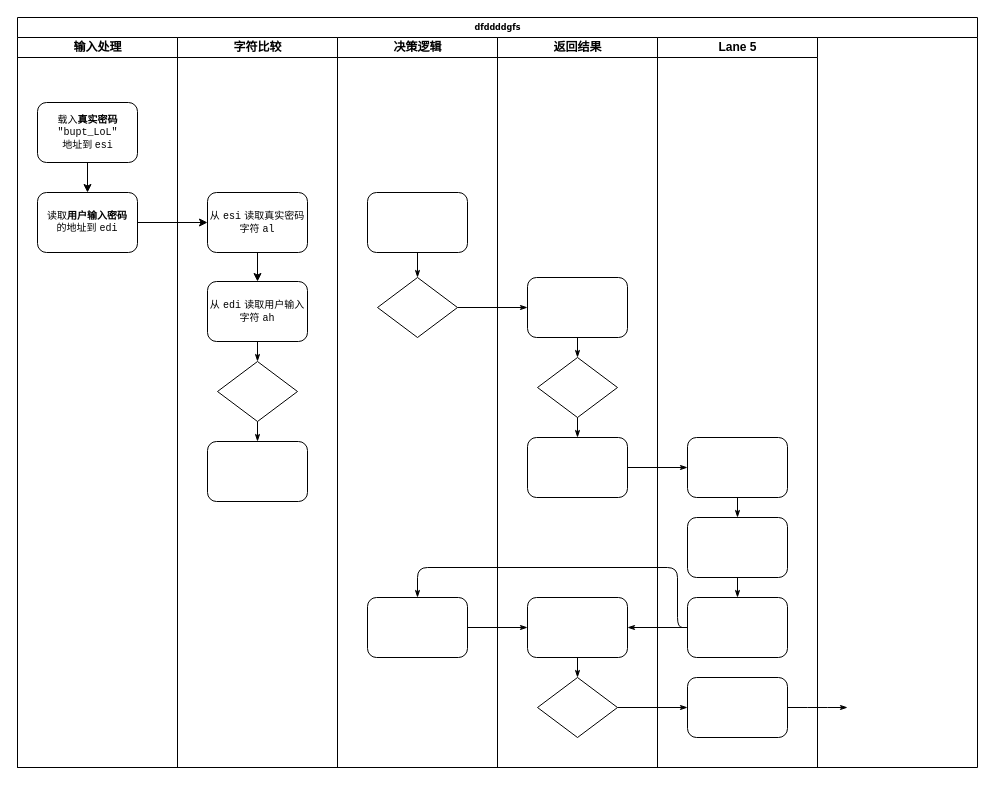
Earlier version of the draw.io diagram strcmp_Alpha.drawio (CamelliaLilium/drawio). Source tidied: cells renumbered, new cells numbered last; positions are measured from the earlier drawing's top-left corner, leaving out a move shared by most shapes. Both pictures are drawn from the tidied source at 100%, with x=0, y=0 at pixel (17, 17).
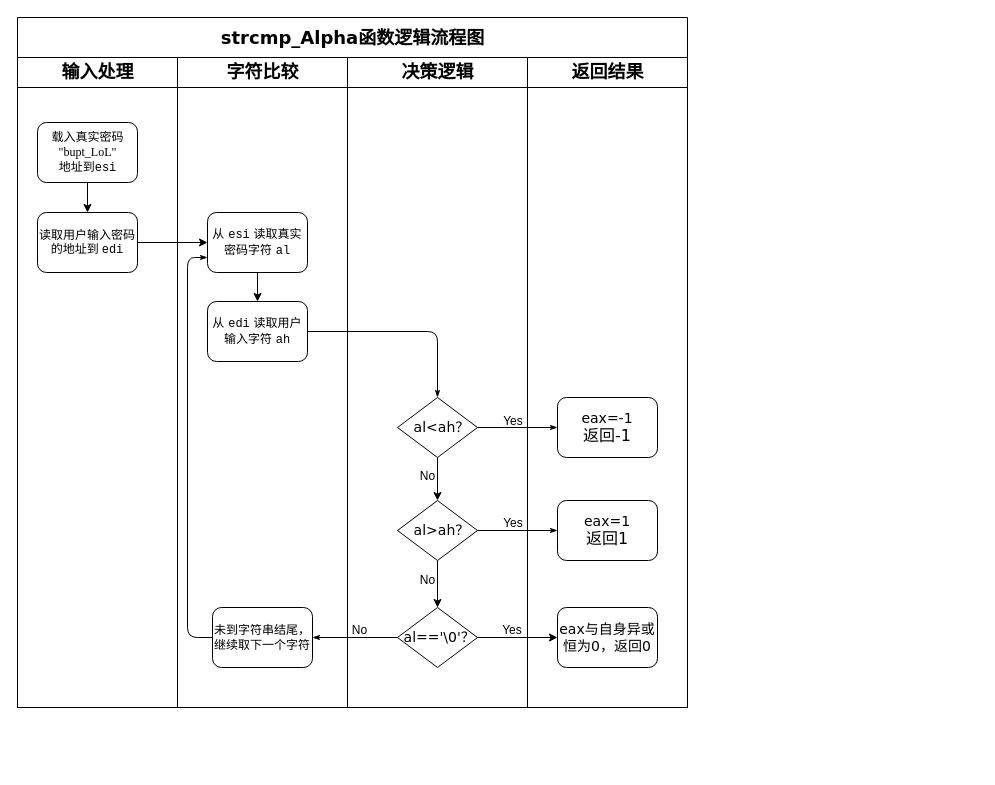
Above is the later version.

Change to the diagram source:
```diff
@@
-    <mxCell id="2" value="dfddddgfs" style="swimlane;html=1;startSize=20;rounded=0;shadow=0;labelBackgroundColor=none;strokeWidth=1;fontFamily=Verdana;fontSize=8;align=center;" parent="1" vertex="1">
-      <mxGeometry width="960" height="750" as="geometry" />
+    <mxCell id="2" value="&lt;font style=&quot;font-size: 18px;&quot;&gt;strcmp_Alpha函数逻辑流程图&lt;/font&gt;" style="swimlane;html=1;startSize=40;rounded=0;shadow=0;labelBackgroundColor=none;strokeWidth=1;fontFamily=Verdana;fontSize=8;align=center;" parent="1" vertex="1">
+      <mxGeometry width="670" height="690" as="geometry" />
     </mxCell>
-    <mxCell id="3" value="输入处理" style="swimlane;html=1;startSize=20;" parent="2" vertex="1">
-      <mxGeometry y="20" width="160" height="730" as="geometry" />
+    <mxCell id="3" value="&lt;font style=&quot;font-size: 18px;&quot;&gt;输入处理&lt;/font&gt;" style="swimlane;html=1;startSize=30;" parent="2" vertex="1">
+      <mxGeometry y="40" width="160" height="650" as="geometry" />
     </mxCell>
@@
-    <mxCell id="5" value="&lt;div&gt;载入&lt;strong&gt;真实密码&lt;/strong&gt;&lt;/div&gt;&lt;div&gt; &lt;code&gt;&quot;bupt_LoL&quot;&lt;/code&gt;&lt;/div&gt;&lt;div&gt; 地址到 &lt;code&gt;esi&lt;/code&gt;&lt;/div&gt;" style="rounded=1;html=1;shadow=0;labelBackgroundColor=none;strokeWidth=1;fontFamily=Times New Roman;fontSize=10;align=center;" parent="3" vertex="1">
+    <mxCell id="5" value="&lt;div&gt;&lt;font face=&quot;Times New Roman&quot; style=&quot;font-size: 12px;&quot;&gt;载入&lt;span style=&quot;&quot;&gt;真实密码&lt;/span&gt;&lt;/font&gt;&lt;/div&gt;&lt;div&gt; &lt;code&gt;&lt;font style=&quot;font-size: 12px;&quot; face=&quot;Times New Roman&quot;&gt;&quot;bupt_LoL&quot;&lt;/font&gt;&lt;/code&gt;&lt;/div&gt;&lt;div&gt;&lt;font style=&quot;font-size: 12px;&quot; face=&quot;Times New Roman&quot;&gt;&lt;code style=&quot;&quot;&gt;&lt;font style=&quot;&quot; face=&quot;Times New Roman&quot;&gt;地址到&lt;/font&gt;esi&lt;/code&gt;&lt;/font&gt;&lt;/div&gt;" style="rounded=1;html=1;shadow=0;labelBackgroundColor=none;strokeWidth=1;fontFamily=Times New Roman;fontSize=10;align=center;" parent="3" vertex="1">
       <mxGeometry x="20" y="65" width="100" height="60" as="geometry" />
     </mxCell>
-    <mxCell id="6" value="&lt;font style=&quot;font-size: 10px;&quot;&gt;读取&lt;strong style=&quot;&quot;&gt;用户输入密码&lt;/strong&gt;&lt;/font&gt;&lt;div&gt;&lt;font style=&quot;font-size: 10px;&quot;&gt;的地址到 &lt;code style=&quot;&quot;&gt;edi&lt;/code&gt;&lt;/font&gt;&lt;/div&gt;" style="rounded=1;whiteSpace=wrap;html=1;shadow=0;labelBackgroundColor=none;strokeWidth=1;fontFamily=Verdana;fontSize=8;align=center;" parent="3" vertex="1">
+    <mxCell id="6" value="&lt;font face=&quot;Times New Roman&quot; style=&quot;font-size: 12px;&quot;&gt;读取&lt;span style=&quot;&quot;&gt;用户输入密码&lt;/span&gt;&lt;/font&gt;&lt;div&gt;&lt;font face=&quot;Times New Roman&quot; style=&quot;font-size: 12px;&quot;&gt;的地址到 &lt;code style=&quot;&quot;&gt;edi&lt;/code&gt;&lt;/font&gt;&lt;/div&gt;" style="rounded=1;whiteSpace=wrap;html=1;shadow=0;labelBackgroundColor=none;strokeWidth=1;fontFamily=Verdana;fontSize=8;align=center;" parent="3" vertex="1">
       <mxGeometry x="20" y="155" width="100" height="60" as="geometry" />
     </mxCell>
-    <mxCell id="7" style="edgeStyle=orthogonalEdgeStyle;rounded=1;html=1;labelBackgroundColor=none;startArrow=none;startFill=0;startSize=5;endArrow=classicThin;endFill=1;endSize=5;jettySize=auto;strokeWidth=1;fontFamily=Verdana;fontSize=8;" parent="2" edge="1" source="24" target="28">
-      <mxGeometry relative="1" as="geometry" />
-    </mxCell>
-    <mxCell id="8" style="edgeStyle=orthogonalEdgeStyle;rounded=1;html=1;labelBackgroundColor=none;startArrow=none;startFill=0;startSize=5;endArrow=classicThin;endFill=1;endSize=5;jettySize=auto;strokeWidth=1;fontFamily=Verdana;fontSize=8;" parent="2" edge="1" source="32" target="40">
-      <mxGeometry relative="1" as="geometry" />
-    </mxCell>
-    <mxCell id="9" style="edgeStyle=orthogonalEdgeStyle;rounded=1;html=1;labelBackgroundColor=none;startArrow=none;startFill=0;startSize=5;endArrow=classicThin;endFill=1;endSize=5;jettySize=auto;strokeWidth=1;fontFamily=Verdana;fontSize=8;" parent="2" edge="1" source="40">
-      <mxGeometry relative="1" as="geometry">
-        <mxPoint x="830" y="690" as="targetPoint" />
-      </mxGeometry>
-    </mxCell>
-    <mxCell id="10" style="edgeStyle=orthogonalEdgeStyle;rounded=1;html=1;labelBackgroundColor=none;startArrow=none;startFill=0;startSize=5;endArrow=classicThin;endFill=1;endSize=5;jettySize=auto;strokeWidth=1;fontFamily=Verdana;fontSize=8;" parent="2" edge="1" source="30" target="37">
-      <mxGeometry relative="1" as="geometry" />
-    </mxCell>
-    <mxCell id="11" style="edgeStyle=orthogonalEdgeStyle;rounded=1;html=1;labelBackgroundColor=none;startArrow=none;startFill=0;startSize=5;endArrow=classicThin;endFill=1;endSize=5;jettySize=auto;strokeWidth=1;fontFamily=Verdana;fontSize=8;" parent="2" edge="1" source="39" target="25">
-      <mxGeometry relative="1" as="geometry">
-        <Array as="points">
-          <mxPoint x="660" y="610" />
-          <mxPoint x="660" y="550" />
-          <mxPoint x="400" y="550" />
-        </Array>
-      </mxGeometry>
-    </mxCell>
-    <mxCell id="12" style="edgeStyle=orthogonalEdgeStyle;rounded=1;html=1;labelBackgroundColor=none;startArrow=none;startFill=0;startSize=5;endArrow=classicThin;endFill=1;endSize=5;jettySize=auto;strokeColor=#000000;strokeWidth=1;fontFamily=Verdana;fontSize=8;fontColor=#000000;" parent="2" edge="1" source="39" target="31">
-      <mxGeometry relative="1" as="geometry" />
-    </mxCell>
-    <mxCell id="13" style="edgeStyle=orthogonalEdgeStyle;rounded=1;html=1;labelBackgroundColor=none;startArrow=none;startFill=0;startSize=5;endArrow=classicThin;endFill=1;endSize=5;jettySize=auto;strokeWidth=1;fontFamily=Verdana;fontSize=8;" parent="2" edge="1" source="25" target="31">
-      <mxGeometry relative="1" as="geometry" />
-    </mxCell>
-    <mxCell id="14" value="字符比较" style="swimlane;html=1;startSize=20;" parent="2" vertex="1">
-      <mxGeometry x="160" y="20" width="160" height="730" as="geometry" />
+    <mxCell id="14" value="&lt;font style=&quot;font-size: 18px;&quot;&gt;字符比较&lt;/font&gt;" style="swimlane;html=1;startSize=30;" parent="2" vertex="1">
+      <mxGeometry x="160" y="40" width="170" height="650" as="geometry" />
     </mxCell>
-    <mxCell id="15" value="&lt;font style=&quot;font-size: 10px;&quot;&gt;从 &lt;code style=&quot;&quot;&gt;esi&lt;/code&gt; 读取真实密码字符 &lt;code style=&quot;&quot;&gt;al&lt;/code&gt;&lt;/font&gt;" style="rounded=1;whiteSpace=wrap;html=1;shadow=0;labelBackgroundColor=none;strokeWidth=1;fontFamily=Verdana;fontSize=8;align=center;" parent="14" vertex="1">
+    <mxCell id="15" value="&lt;font style=&quot;font-size: 12px;&quot;&gt;从 &lt;code style=&quot;&quot;&gt;esi&lt;/code&gt; 读取真实密码字符 &lt;code style=&quot;&quot;&gt;al&lt;/code&gt;&lt;/font&gt;" style="rounded=1;whiteSpace=wrap;html=1;shadow=0;labelBackgroundColor=none;strokeWidth=1;fontFamily=Verdana;fontSize=8;align=center;" parent="14" vertex="1">
       <mxGeometry x="30" y="155" width="100" height="60" as="geometry" />
     </mxCell>
-    <mxCell id="16" value="&lt;font style=&quot;font-size: 10px;&quot;&gt;从 &lt;code style=&quot;&quot;&gt;edi&lt;/code&gt; 读取用户输入字符 &lt;code style=&quot;&quot;&gt;ah&lt;/code&gt;&lt;/font&gt;" style="rounded=1;whiteSpace=wrap;html=1;shadow=0;labelBackgroundColor=none;strokeWidth=1;fontFamily=Verdana;fontSize=8;align=center;" parent="14" vertex="1">
+    <mxCell id="16" value="&lt;font style=&quot;font-size: 12px;&quot;&gt;从 &lt;code style=&quot;&quot;&gt;edi&lt;/code&gt; 读取用户输入字符 &lt;code style=&quot;&quot;&gt;ah&lt;/code&gt;&lt;/font&gt;" style="rounded=1;whiteSpace=wrap;html=1;shadow=0;labelBackgroundColor=none;strokeWidth=1;fontFamily=Verdana;fontSize=8;align=center;" parent="14" vertex="1">
       <mxGeometry x="30" y="244" width="100" height="60" as="geometry" />
     </mxCell>
+    <mxCell id="21" style="endArrow=classic;html=1;rounded=0;exitX=0.5;exitY=1;exitDx=0;exitDy=0;entryX=0.5;entryY=0;entryDx=0;entryDy=0;" parent="14" edge="1" source="15" target="16">
+      <mxGeometry relative="1" as="geometry" />
+    </mxCell>
+    <mxCell id="44" value="&lt;span style=&quot;font-size: 12px;&quot;&gt;未到字符串结尾，继续取下一个字符&lt;/span&gt;" style="rounded=1;whiteSpace=wrap;html=1;shadow=0;labelBackgroundColor=none;strokeWidth=1;fontFamily=Verdana;fontSize=8;align=center;" parent="14" vertex="1">
+      <mxGeometry x="35" y="550" width="100" height="60" as="geometry" />
+    </mxCell>
+    <mxCell id="45" style="edgeStyle=orthogonalEdgeStyle;rounded=1;html=1;labelBackgroundColor=none;startArrow=none;startFill=0;startSize=5;endArrow=classicThin;endFill=1;endSize=5;jettySize=auto;strokeColor=#000000;strokeWidth=1;fontFamily=Verdana;fontSize=8;fontColor=#000000;exitX=0;exitY=0.5;exitDx=0;exitDy=0;entryX=0;entryY=0.75;entryDx=0;entryDy=0;" parent="14" edge="1" source="44" target="15">
+      <mxGeometry relative="1" as="geometry" />
+    </mxCell>
+    <mxCell id="22" value="&lt;font style=&quot;font-size: 18px;&quot;&gt;决策逻辑&lt;/font&gt;" style="swimlane;html=1;startSize=30;" parent="2" vertex="1">
+      <mxGeometry x="330" y="40" width="180" height="650" as="geometry" />
+    </mxCell>
+    <mxCell id="46" value="No" style="text;html=1;align=center;verticalAlign=middle;strokeColor=none;fillColor=none;" parent="22" vertex="1">
+      <mxGeometry x="60" y="404" width="40" height="30" as="geometry" />
+    </mxCell>
+    <mxCell id="47" value="No" style="text;html=1;align=center;verticalAlign=middle;strokeColor=none;fillColor=none;" parent="22" vertex="1">
+      <mxGeometry x="60" y="508" width="40" height="30" as="geometry" />
+    </mxCell>
+    <mxCell id="48" value="&lt;font style=&quot;font-size: 14px;&quot;&gt;&amp;nbsp;al=='\0'？&lt;/font&gt;" style="rhombus;whiteSpace=wrap;html=1;rounded=0;shadow=0;labelBackgroundColor=none;strokeWidth=1;fontFamily=Verdana;fontSize=8;align=center;" parent="22" vertex="1">
+      <mxGeometry x="50" y="550" width="80" height="60" as="geometry" />
+    </mxCell>
+    <mxCell id="49" value="Yes" style="text;strokeColor=none;align=center;fillColor=none;html=1;verticalAlign=middle;whiteSpace=wrap;rounded=0;" parent="22" vertex="1">
+      <mxGeometry x="135" y="558" width="60" height="30" as="geometry" />
+    </mxCell>
+    <mxCell id="50" value="No" style="text;html=1;align=center;verticalAlign=middle;strokeColor=none;fillColor=none;" parent="22" vertex="1">
+      <mxGeometry x="-8" y="558" width="40" height="30" as="geometry" />
+    </mxCell>
+    <mxCell id="27" value="&lt;font style=&quot;font-size: 18px;&quot;&gt;返回结果&lt;/font&gt;" style="swimlane;html=1;startSize=30;" parent="2" vertex="1">
+      <mxGeometry x="510" y="40" width="160" height="650" as="geometry" />
+    </mxCell>
-    <mxCell id="17" style="rhombus;whiteSpace=wrap;html=1;rounded=0;shadow=0;labelBackgroundColor=none;strokeWidth=1;fontFamily=Verdana;fontSize=8;align=center;" parent="14" vertex="1">
-      <mxGeometry x="40" y="324" width="80" height="60" as="geometry" />
+    <mxCell id="17" value="&lt;font style=&quot;font-size: 14px;&quot;&gt;&amp;nbsp; al&amp;lt;ah？&lt;/font&gt;" style="rhombus;whiteSpace=wrap;html=1;rounded=0;shadow=0;labelBackgroundColor=none;strokeWidth=1;fontFamily=Verdana;fontSize=8;align=center;" parent="27" vertex="1">
+      <mxGeometry x="-130" y="340" width="80" height="60" as="geometry" />
     </mxCell>
+    <mxCell id="24" value="&lt;font style=&quot;font-size: 14px;&quot;&gt;&amp;nbsp; al&amp;gt;ah？&lt;/font&gt;" style="rhombus;whiteSpace=wrap;html=1;rounded=0;shadow=0;labelBackgroundColor=none;strokeWidth=1;fontFamily=Verdana;fontSize=8;align=center;" parent="27" vertex="1">
+      <mxGeometry x="-130" y="443" width="80" height="60" as="geometry" />
+    </mxCell>
+    <mxCell id="51" style="endArrow=classic;html=1;rounded=0;exitX=0.5;exitY=1;exitDx=0;exitDy=0;entryX=0.5;entryY=0;entryDx=0;entryDy=0;" parent="27" edge="1" source="17" target="24">
+      <mxGeometry relative="1" as="geometry" />
+    </mxCell>
+    <mxCell id="52" value="Yes" style="text;strokeColor=none;align=center;fillColor=none;html=1;verticalAlign=middle;whiteSpace=wrap;rounded=0;" parent="27" vertex="1">
+      <mxGeometry x="-44" y="349" width="60" height="30" as="geometry" />
+    </mxCell>
-    <mxCell id="18" style="rounded=1;whiteSpace=wrap;html=1;shadow=0;labelBackgroundColor=none;strokeWidth=1;fontFamily=Verdana;fontSize=8;align=center;" parent="14" vertex="1">
-      <mxGeometry x="30" y="404" width="100" height="60" as="geometry" />
+    <mxCell id="18" value="&lt;font style=&quot;font-size: 14px;&quot;&gt;eax=-1&lt;/font&gt;&lt;div&gt;&lt;font size=&quot;3&quot; style=&quot;&quot;&gt;返回-1&lt;/font&gt;&lt;/div&gt;" style="rounded=1;whiteSpace=wrap;html=1;shadow=0;labelBackgroundColor=none;strokeWidth=1;fontFamily=Verdana;fontSize=8;align=center;" parent="27" vertex="1">
+      <mxGeometry x="30" y="340" width="100" height="60" as="geometry" />
     </mxCell>
+    <mxCell id="28" value="&lt;font style=&quot;font-size: 14px;&quot;&gt;eax=1&lt;/font&gt;&lt;div&gt;&lt;font size=&quot;3&quot; style=&quot;&quot;&gt;返回1&lt;/font&gt;&lt;/div&gt;" style="rounded=1;whiteSpace=wrap;html=1;shadow=0;labelBackgroundColor=none;strokeWidth=1;fontFamily=Verdana;fontSize=8;align=center;" parent="27" vertex="1">
+      <mxGeometry x="30" y="443" width="100" height="60" as="geometry" />
+    </mxCell>
+    <mxCell id="53" value="Yes" style="text;strokeColor=none;align=center;fillColor=none;html=1;verticalAlign=middle;whiteSpace=wrap;rounded=0;" parent="27" vertex="1">
+      <mxGeometry x="-44" y="451" width="60" height="30" as="geometry" />
+    </mxCell>
+    <mxCell id="37" value="&lt;font style=&quot;font-size: 14px;&quot;&gt;&lt;font style=&quot;&quot;&gt;eax与自身异或恒为0，&lt;/font&gt;&lt;span style=&quot;background-color: transparent; color: light-dark(rgb(0, 0, 0), rgb(255, 255, 255));&quot;&gt;返回0&lt;/span&gt;&lt;/font&gt;" style="rounded=1;whiteSpace=wrap;html=1;shadow=0;labelBackgroundColor=none;strokeWidth=1;fontFamily=Verdana;fontSize=8;align=center;" parent="27" vertex="1">
+      <mxGeometry x="30" y="550" width="100" height="60" as="geometry" />
+    </mxCell>
+    <mxCell id="7" style="edgeStyle=orthogonalEdgeStyle;rounded=1;html=1;labelBackgroundColor=none;startArrow=none;startFill=0;startSize=5;endArrow=classicThin;endFill=1;endSize=5;jettySize=auto;strokeWidth=1;fontFamily=Verdana;fontSize=8;" parent="27" edge="1" source="24" target="28">
+      <mxGeometry relative="1" as="geometry" />
+    </mxCell>
+    <mxCell id="20" style="edgeStyle=orthogonalEdgeStyle;rounded=1;html=1;labelBackgroundColor=none;startArrow=none;startFill=0;startSize=5;endArrow=classicThin;endFill=1;endSize=5;jettySize=auto;strokeWidth=1;fontFamily=Verdana;fontSize=8;exitX=1;exitY=0.5;exitDx=0;exitDy=0;" parent="27" edge="1" source="17" target="18">
+      <mxGeometry relative="1" as="geometry" />
+    </mxCell>
+    <mxCell id="43" style="endArrow=classic;html=1;rounded=0;exitX=1;exitY=0.5;exitDx=0;exitDy=0;entryX=0;entryY=0.5;entryDx=0;entryDy=0;" parent="2" edge="1" source="6" target="15">
+      <mxGeometry relative="1" as="geometry" />
+    </mxCell>
-    <mxCell id="19" style="edgeStyle=orthogonalEdgeStyle;rounded=1;html=1;labelBackgroundColor=none;startArrow=none;startFill=0;startSize=5;endArrow=classicThin;endFill=1;endSize=5;jettySize=auto;strokeColor=#000000;strokeWidth=1;fontFamily=Verdana;fontSize=8;fontColor=#000000;" parent="14" edge="1" source="16" target="17">
+    <mxCell id="19" style="edgeStyle=orthogonalEdgeStyle;rounded=1;html=1;labelBackgroundColor=none;startArrow=none;startFill=0;startSize=5;endArrow=classicThin;endFill=1;endSize=5;jettySize=auto;strokeColor=#000000;strokeWidth=1;fontFamily=Verdana;fontSize=8;fontColor=#000000;" parent="2" edge="1" source="16" target="17">
       <mxGeometry relative="1" as="geometry" />
     </mxCell>
-    <mxCell id="20" style="edgeStyle=orthogonalEdgeStyle;rounded=1;html=1;labelBackgroundColor=none;startArrow=none;startFill=0;startSize=5;endArrow=classicThin;endFill=1;endSize=5;jettySize=auto;strokeWidth=1;fontFamily=Verdana;fontSize=8;" parent="14" edge="1" source="17" target="18">
-      <mxGeometry relative="1" as="geometry" />
-    </mxCell>
-    <mxCell id="21" style="endArrow=classic;html=1;rounded=0;exitX=0.5;exitY=1;exitDx=0;exitDy=0;entryX=0.5;entryY=0;entryDx=0;entryDy=0;" parent="14" edge="1" source="15" target="16">
-      <mxGeometry relative="1" as="geometry" />
-    </mxCell>
-    <mxCell id="22" value="决策逻辑" style="swimlane;html=1;startSize=20;" parent="2" vertex="1">
-      <mxGeometry x="320" y="20" width="160" height="730" as="geometry" />
-    </mxCell>
-    <mxCell id="23" style="rounded=1;whiteSpace=wrap;html=1;shadow=0;labelBackgroundColor=none;strokeWidth=1;fontFamily=Verdana;fontSize=8;align=center;" parent="22" vertex="1">
-      <mxGeometry x="30" y="155" width="100" height="60" as="geometry" />
-    </mxCell>
-    <mxCell id="24" style="rhombus;whiteSpace=wrap;html=1;rounded=0;shadow=0;labelBackgroundColor=none;strokeWidth=1;fontFamily=Verdana;fontSize=8;align=center;" parent="22" vertex="1">
-      <mxGeometry x="40" y="240" width="80" height="60" as="geometry" />
-    </mxCell>
-    <mxCell id="25" style="rounded=1;whiteSpace=wrap;html=1;shadow=0;labelBackgroundColor=none;strokeWidth=1;fontFamily=Verdana;fontSize=8;align=center;" parent="22" vertex="1">
-      <mxGeometry x="30" y="560" width="100" height="60" as="geometry" />
-    </mxCell>
-    <mxCell id="26" style="edgeStyle=orthogonalEdgeStyle;rounded=1;html=1;labelBackgroundColor=none;startArrow=none;startFill=0;startSize=5;endArrow=classicThin;endFill=1;endSize=5;jettySize=auto;strokeWidth=1;fontFamily=Verdana;fontSize=8;" parent="22" edge="1" source="23" target="24">
-      <mxGeometry relative="1" as="geometry" />
-    </mxCell>
-    <mxCell id="27" value="返回结果" style="swimlane;html=1;startSize=20;" parent="2" vertex="1">
-      <mxGeometry x="480" y="20" width="160" height="730" as="geometry" />
-    </mxCell>
-    <mxCell id="28" style="rounded=1;whiteSpace=wrap;html=1;shadow=0;labelBackgroundColor=none;strokeWidth=1;fontFamily=Verdana;fontSize=8;align=center;" parent="27" vertex="1">
-      <mxGeometry x="30" y="240" width="100" height="60" as="geometry" />
-    </mxCell>
-    <mxCell id="29" style="rhombus;whiteSpace=wrap;html=1;rounded=0;shadow=0;labelBackgroundColor=none;strokeWidth=1;fontFamily=Verdana;fontSize=8;align=center;" parent="27" vertex="1">
-      <mxGeometry x="40" y="320" width="80" height="60" as="geometry" />
-    </mxCell>
-    <mxCell id="30" style="rounded=1;whiteSpace=wrap;html=1;shadow=0;labelBackgroundColor=none;strokeWidth=1;fontFamily=Verdana;fontSize=8;align=center;" parent="27" vertex="1">
-      <mxGeometry x="30" y="400" width="100" height="60" as="geometry" />
-    </mxCell>
-    <mxCell id="31" style="rounded=1;whiteSpace=wrap;html=1;shadow=0;labelBackgroundColor=none;strokeWidth=1;fontFamily=Verdana;fontSize=8;align=center;" parent="27" vertex="1">
-      <mxGeometry x="30" y="560" width="100" height="60" as="geometry" />
-    </mxCell>
-    <mxCell id="32" style="rhombus;whiteSpace=wrap;html=1;rounded=0;shadow=0;labelBackgroundColor=none;strokeWidth=1;fontFamily=Verdana;fontSize=8;align=center;" parent="27" vertex="1">
-      <mxGeometry x="40" y="640" width="80" height="60" as="geometry" />
-    </mxCell>
-    <mxCell id="33" style="edgeStyle=orthogonalEdgeStyle;rounded=1;html=1;labelBackgroundColor=none;startArrow=none;startFill=0;startSize=5;endArrow=classicThin;endFill=1;endSize=5;jettySize=auto;strokeColor=#000000;strokeWidth=1;fontFamily=Verdana;fontSize=8;fontColor=#000000;" parent="27" edge="1" source="28" target="29">
-      <mxGeometry relative="1" as="geometry" />
-    </mxCell>
-    <mxCell id="34" style="edgeStyle=orthogonalEdgeStyle;rounded=1;html=1;labelBackgroundColor=none;startArrow=none;startFill=0;startSize=5;endArrow=classicThin;endFill=1;endSize=5;jettySize=auto;strokeWidth=1;fontFamily=Verdana;fontSize=8;" parent="27" edge="1" source="29" target="30">
-      <mxGeometry relative="1" as="geometry" />
-    </mxCell>
-    <mxCell id="35" style="edgeStyle=orthogonalEdgeStyle;rounded=1;html=1;labelBackgroundColor=none;startArrow=none;startFill=0;startSize=5;endArrow=classicThin;endFill=1;endSize=5;jettySize=auto;strokeWidth=1;fontFamily=Verdana;fontSize=8;" parent="27" edge="1" source="31" target="32">
-      <mxGeometry relative="1" as="geometry" />
-    </mxCell>
-    <mxCell id="36" value="Lane 5" style="swimlane;html=1;startSize=20;" parent="2" vertex="1">
-      <mxGeometry x="640" y="20" width="160" height="730" as="geometry" />
-    </mxCell>
-    <mxCell id="37" style="rounded=1;whiteSpace=wrap;html=1;shadow=0;labelBackgroundColor=none;strokeWidth=1;fontFamily=Verdana;fontSize=8;align=center;" parent="36" vertex="1">
-      <mxGeometry x="30" y="400" width="100" height="60" as="geometry" />
-    </mxCell>
-    <mxCell id="38" style="rounded=1;whiteSpace=wrap;html=1;shadow=0;labelBackgroundColor=none;strokeWidth=1;fontFamily=Verdana;fontSize=8;align=center;" parent="36" vertex="1">
-      <mxGeometry x="30" y="480" width="100" height="60" as="geometry" />
-    </mxCell>
-    <mxCell id="39" style="rounded=1;whiteSpace=wrap;html=1;shadow=0;labelBackgroundColor=none;strokeWidth=1;fontFamily=Verdana;fontSize=8;align=center;" parent="36" vertex="1">
-      <mxGeometry x="30" y="560" width="100" height="60" as="geometry" />
-    </mxCell>
-    <mxCell id="40" style="rounded=1;whiteSpace=wrap;html=1;shadow=0;labelBackgroundColor=none;strokeWidth=1;fontFamily=Verdana;fontSize=8;align=center;" parent="36" vertex="1">
-      <mxGeometry x="30" y="640" width="100" height="60" as="geometry" />
-    </mxCell>
-    <mxCell id="41" style="edgeStyle=orthogonalEdgeStyle;rounded=1;html=1;labelBackgroundColor=none;startArrow=none;startFill=0;startSize=5;endArrow=classicThin;endFill=1;endSize=5;jettySize=auto;strokeWidth=1;fontFamily=Verdana;fontSize=8;" parent="36" edge="1" source="37" target="38">
-      <mxGeometry relative="1" as="geometry" />
-    </mxCell>
-    <mxCell id="42" style="edgeStyle=orthogonalEdgeStyle;rounded=1;html=1;labelBackgroundColor=none;startArrow=none;startFill=0;startSize=5;endArrow=classicThin;endFill=1;endSize=5;jettySize=auto;strokeWidth=1;fontFamily=Verdana;fontSize=8;" parent="36" edge="1" source="38" target="39">
-      <mxGeometry relative="1" as="geometry" />
-    </mxCell>
-    <mxCell id="43" style="endArrow=classic;html=1;rounded=0;exitX=1;exitY=0.5;exitDx=0;exitDy=0;entryX=0;entryY=0.5;entryDx=0;entryDy=0;" parent="2" edge="1" source="6" target="15">
-      <mxGeometry relative="1" as="geometry" />
-    </mxCell>
+    <mxCell id="54" style="endArrow=classic;html=1;rounded=0;exitX=0.5;exitY=1;exitDx=0;exitDy=0;entryX=0.5;entryY=0;entryDx=0;entryDy=0;" parent="2" edge="1" source="24" target="48">
+      <mxGeometry relative="1" as="geometry" />
+    </mxCell>
+    <mxCell id="55" style="endArrow=classic;html=1;rounded=0;exitX=1;exitY=0.5;exitDx=0;exitDy=0;entryX=0;entryY=0.5;entryDx=0;entryDy=0;" parent="2" edge="1" source="48" target="37">
+      <mxGeometry relative="1" as="geometry" />
+    </mxCell>
+    <mxCell id="56" style="edgeStyle=orthogonalEdgeStyle;rounded=1;html=1;labelBackgroundColor=none;startArrow=none;startFill=0;startSize=5;endArrow=classicThin;endFill=1;endSize=5;jettySize=auto;strokeColor=#000000;strokeWidth=1;fontFamily=Verdana;fontSize=8;fontColor=#000000;exitX=0;exitY=0.5;exitDx=0;exitDy=0;entryX=1;entryY=0.5;entryDx=0;entryDy=0;" parent="2" edge="1" source="48" target="44">
+      <mxGeometry relative="1" as="geometry" />
+    </mxCell>
```
